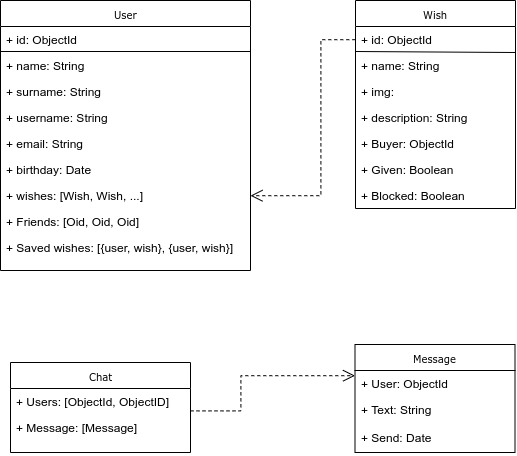
Above: staff/marta-penya/wishare/wishare-doc/images/datamodel-wishare.png in hongda-zhu/skylab-bootcamp-201909 (draw.io), before the change. Source tidied: cells renumbered, new cells last; positions are measured from the earlier drawing's top-left corner, leaving out a move shared by most shapes.
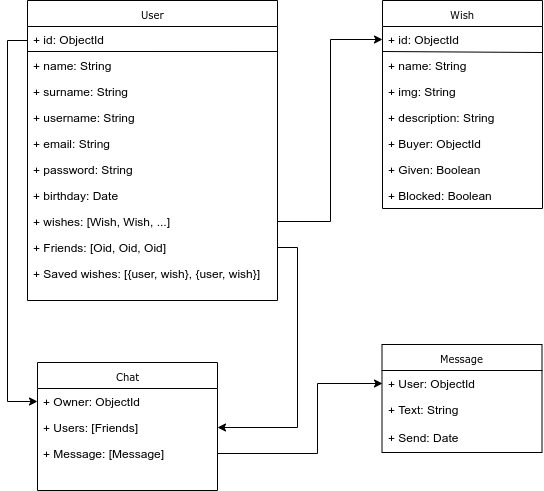
The same diagram one commit later.

The edit, as a diff of the source:
```diff
@@ -16,7 +16,7 @@
     <mxCell id="5" value="+ name: String" style="text;html=1;strokeColor=none;fillColor=none;align=left;verticalAlign=top;spacingLeft=4;spacingRight=4;whiteSpace=wrap;overflow=hidden;points=[[0,0.5],[1,0.5]];portConstraint=eastwest;" parent="2" vertex="1">
       <mxGeometry y="52" width="160" height="26" as="geometry" />
     </mxCell>
-    <mxCell id="6" value="+ img:&amp;nbsp;" style="text;html=1;strokeColor=none;fillColor=none;align=left;verticalAlign=top;spacingLeft=4;spacingRight=4;whiteSpace=wrap;overflow=hidden;" parent="2" vertex="1">
+    <mxCell id="6" value="+ img: String" style="text;html=1;strokeColor=none;fillColor=none;align=left;verticalAlign=top;spacingLeft=4;spacingRight=4;whiteSpace=wrap;overflow=hidden;" parent="2" vertex="1">
       <mxGeometry y="78" width="160" height="26" as="geometry" />
     </mxCell>
     <mxCell id="7" value="+ description: String" style="text;html=1;strokeColor=none;fillColor=none;align=left;verticalAlign=top;spacingLeft=4;spacingRight=4;whiteSpace=wrap;overflow=hidden;" parent="2" vertex="1">
@@ -32,7 +32,7 @@
       <mxGeometry y="182" width="160" height="26" as="geometry" />
     </mxCell>
     <mxCell id="11" value="User" style="swimlane;html=1;fontStyle=0;horizontal=1;startSize=26;fillColor=none;swimlaneFillColor=#ffffff;rounded=0;shadow=0;comic=0;labelBackgroundColor=none;strokeWidth=1;fontFamily=Verdana;fontSize=10;align=center;" parent="1" vertex="1">
-      <mxGeometry width="250" height="270" as="geometry" />
+      <mxGeometry width="250" height="300" as="geometry" />
     </mxCell>
     <mxCell id="12" value="+ id: ObjectId" style="text;html=1;strokeColor=none;fillColor=none;align=left;verticalAlign=top;spacingLeft=4;spacingRight=4;whiteSpace=wrap;overflow=hidden;" parent="11" vertex="1">
       <mxGeometry y="26" width="250" height="26" as="geometry" />
@@ -54,17 +54,20 @@
     <mxCell id="17" value="+ email: String" style="text;html=1;strokeColor=none;fillColor=none;align=left;verticalAlign=top;spacingLeft=4;spacingRight=4;whiteSpace=wrap;overflow=hidden;" parent="11" vertex="1">
       <mxGeometry y="130" width="250" height="26" as="geometry" />
     </mxCell>
+    <mxCell id="31" value="+ password: String" style="text;html=1;strokeColor=none;fillColor=none;align=left;verticalAlign=top;spacingLeft=4;spacingRight=4;whiteSpace=wrap;overflow=hidden;" parent="11" vertex="1">
+      <mxGeometry y="156" width="250" height="26" as="geometry" />
+    </mxCell>
     <mxCell id="18" value="+ birthday: Date" style="text;html=1;strokeColor=none;fillColor=none;align=left;verticalAlign=top;spacingLeft=4;spacingRight=4;whiteSpace=wrap;overflow=hidden;" parent="11" vertex="1">
-      <mxGeometry y="156" width="250" height="26" as="geometry" />
+      <mxGeometry y="182" width="250" height="26" as="geometry" />
     </mxCell>
     <mxCell id="19" value="+ wishes: [Wish, Wish, ...]" style="text;html=1;strokeColor=none;fillColor=none;align=left;verticalAlign=top;spacingLeft=4;spacingRight=4;whiteSpace=wrap;overflow=hidden;points=[[0,0.5],[1,0.5]];portConstraint=eastwest;" parent="11" vertex="1">
-      <mxGeometry y="182" width="250" height="26" as="geometry" />
+      <mxGeometry y="208" width="250" height="26" as="geometry" />
     </mxCell>
     <mxCell id="20" value="+ Friends: [Oid, Oid, Oid]" style="text;html=1;strokeColor=none;fillColor=none;align=left;verticalAlign=top;spacingLeft=4;spacingRight=4;whiteSpace=wrap;overflow=hidden;points=[[0,0.5],[1,0.5]];portConstraint=eastwest;" parent="11" vertex="1">
-      <mxGeometry y="208" width="250" height="26" as="geometry" />
+      <mxGeometry y="234" width="250" height="26" as="geometry" />
     </mxCell>
     <mxCell id="21" value="+ Saved wishes: [{user, wish}, {user, wish}]" style="text;html=1;strokeColor=none;fillColor=none;align=left;verticalAlign=top;spacingLeft=4;spacingRight=4;whiteSpace=wrap;overflow=hidden;" parent="11" vertex="1">
-      <mxGeometry y="234" width="250" height="26" as="geometry" />
+      <mxGeometry y="260" width="250" height="26" as="geometry" />
     </mxCell>
     <mxCell id="22" value="Message" style="swimlane;html=1;fontStyle=0;horizontal=1;startSize=26;fillColor=none;swimlaneFillColor=#ffffff;rounded=0;shadow=0;comic=0;labelBackgroundColor=none;strokeWidth=1;fontFamily=Verdana;fontSize=10;align=center;" parent="1" vertex="1">
       <mxGeometry x="354.5" y="344" width="160" height="108" as="geometry" />
@@ -78,30 +81,40 @@
     <mxCell id="25" value="+ Send: Date" style="text;html=1;strokeColor=none;fillColor=none;align=left;verticalAlign=top;spacingLeft=4;spacingRight=4;whiteSpace=wrap;overflow=hidden;" parent="22" vertex="1">
       <mxGeometry y="80" width="160" height="28" as="geometry" />
     </mxCell>
-    <mxCell id="26" style="edgeStyle=orthogonalEdgeStyle;rounded=0;html=1;dashed=1;labelBackgroundColor=none;startFill=0;endArrow=open;endFill=0;endSize=10;fontFamily=Verdana;fontSize=10;" parent="1" edge="1" source="27" target="22">
-      <mxGeometry relative="1" as="geometry">
-        <Array as="points">
-          <mxPoint x="240" y="410" />
-          <mxPoint x="240" y="375" />
-        </Array>
-      </mxGeometry>
-    </mxCell>
     <mxCell id="27" value="Chat" style="swimlane;html=1;fontStyle=0;horizontal=1;startSize=26;fillColor=none;swimlaneFillColor=#ffffff;rounded=0;shadow=0;comic=0;labelBackgroundColor=none;strokeWidth=1;fontFamily=Verdana;fontSize=10;align=center;" parent="1" vertex="1">
-      <mxGeometry x="10" y="362" width="180" height="90" as="geometry" />
+      <mxGeometry x="10" y="362" width="180" height="128" as="geometry" />
     </mxCell>
+    <mxCell id="32" value="+ Owner: ObjectId" style="text;html=1;strokeColor=none;fillColor=none;align=left;verticalAlign=top;spacingLeft=4;spacingRight=4;whiteSpace=wrap;overflow=hidden;points=[[0,0.5],[1,0.5]];portConstraint=eastwest;" parent="27" vertex="1">
+      <mxGeometry y="26" width="180" height="26" as="geometry" />
+    </mxCell>
-    <mxCell id="28" value="+ Users: [ObjectId, ObjectID]" style="text;html=1;strokeColor=none;fillColor=none;align=left;verticalAlign=top;spacingLeft=4;spacingRight=4;whiteSpace=wrap;overflow=hidden;points=[[0,0.5],[1,0.5]];portConstraint=eastwest;" parent="27" vertex="1">
-      <mxGeometry y="26" width="180" height="26" as="geometry" />
+    <mxCell id="28" value="+ Users: [Friends]" style="text;html=1;strokeColor=none;fillColor=none;align=left;verticalAlign=top;spacingLeft=4;spacingRight=4;whiteSpace=wrap;overflow=hidden;points=[[0,0.5],[1,0.5]];portConstraint=eastwest;" parent="27" vertex="1">
+      <mxGeometry y="52" width="180" height="26" as="geometry" />
     </mxCell>
     <mxCell id="29" value="+ Message: [Message]" style="text;html=1;strokeColor=none;fillColor=none;align=left;verticalAlign=top;spacingLeft=4;spacingRight=4;whiteSpace=wrap;overflow=hidden;points=[[0,0.5],[1,0.5]];portConstraint=eastwest;" parent="27" vertex="1">
-      <mxGeometry y="52" width="180" height="26" as="geometry" />
+      <mxGeometry y="78" width="180" height="26" as="geometry" />
     </mxCell>
-    <mxCell id="30" style="edgeStyle=orthogonalEdgeStyle;rounded=0;html=1;dashed=1;labelBackgroundColor=none;startFill=0;endArrow=open;endFill=0;endSize=10;fontFamily=Verdana;fontSize=10;entryX=1;entryY=0.5;entryDx=0;entryDy=0;exitX=0;exitY=0.5;exitDx=0;exitDy=0;" parent="1" edge="1" source="3" target="19">
-      <mxGeometry relative="1" as="geometry">
-        <Array as="points">
-          <mxPoint x="320" y="39" />
-          <mxPoint x="320" y="195" />
-        </Array>
-      </mxGeometry>
-    </mxCell>
+    <mxCell id="33" style="edgeStyle=orthogonalEdgeStyle;rounded=0;jettySize=auto;html=1;entryX=0;entryY=0.5;entryDx=0;entryDy=0;exitX=0;exitY=0.5;exitDx=0;exitDy=0;" parent="1" edge="1" source="14" target="32">
+      <mxGeometry relative="1" as="geometry">
+        <Array as="points">
+          <mxPoint y="40" />
+          <mxPoint x="-20" y="40" />
+          <mxPoint x="-20" y="401" />
+        </Array>
+      </mxGeometry>
+    </mxCell>
+    <mxCell id="34" style="edgeStyle=orthogonalEdgeStyle;rounded=0;jettySize=auto;html=1;exitX=1;exitY=0.5;exitDx=0;exitDy=0;entryX=0;entryY=0.5;entryDx=0;entryDy=0;" parent="1" edge="1" source="19" target="3">
+      <mxGeometry relative="1" as="geometry" />
+    </mxCell>
+    <mxCell id="35" style="edgeStyle=orthogonalEdgeStyle;rounded=0;jettySize=auto;html=1;exitX=1;exitY=0.5;exitDx=0;exitDy=0;entryX=1;entryY=0.5;entryDx=0;entryDy=0;" parent="1" edge="1" source="20" target="28">
+      <mxGeometry relative="1" as="geometry" />
+    </mxCell>
+    <mxCell id="36" style="edgeStyle=orthogonalEdgeStyle;rounded=0;jettySize=auto;html=1;exitX=1;exitY=0.5;exitDx=0;exitDy=0;entryX=0;entryY=0.5;entryDx=0;entryDy=0;" parent="1" edge="1" source="29" target="23">
+      <mxGeometry relative="1" as="geometry">
+        <Array as="points">
+          <mxPoint x="290" y="453" />
+          <mxPoint x="290" y="383" />
+        </Array>
+      </mxGeometry>
+    </mxCell>
   </root>
 </mxGraphModel>
```
